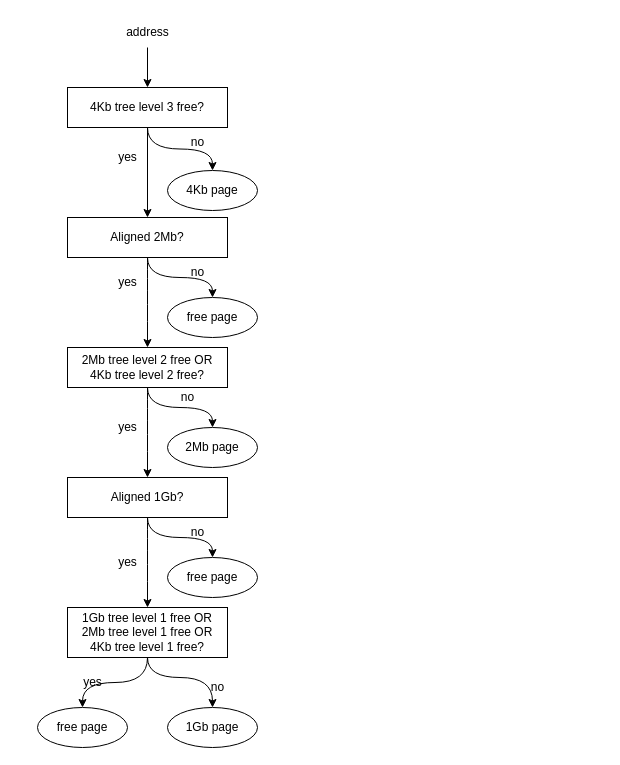
The draw.io diagram pres_30_11_2022/new_state.drawio in Walterieux/vmxvmm_report, before the edit. Source tidied: cells renumbered, new cells numbered last; positions are measured from the earlier drawing's top-left corner, leaving out a move shared by most shapes. Both pictures are drawn from the tidied source at 100%, with x=0, y=0 at pixel (37, 17).
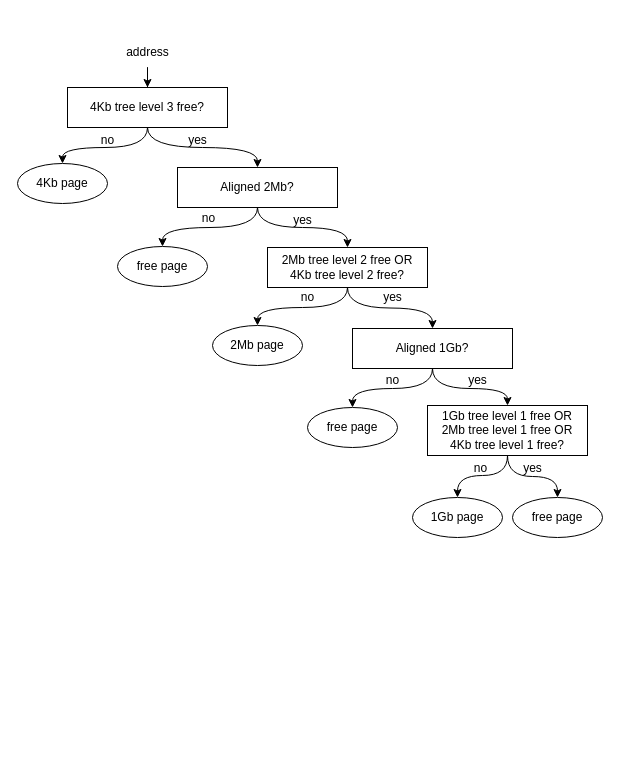
The same diagram, later.

Unchanged cells that the change refers to:
```xml
<mxCell id="33" value="4Kb tree level 3 free?" style="rounded=0;whiteSpace=wrap;html=1;" parent="1" vertex="1">
  <mxGeometry x="30" y="70" width="160" height="40" as="geometry" />
</mxCell>
```

Diff of the diagram source:
```diff
@@
-    <mxCell id="2" style="edgeStyle=orthogonalEdgeStyle;curved=1;rounded=0;jettySize=auto;html=1;entryX=0.5;entryY=0;entryDx=0;entryDy=0;" parent="1" edge="1" source="3" target="7">
+    <mxCell id="2" style="edgeStyle=orthogonalEdgeStyle;curved=1;rounded=0;jettySize=auto;html=1;" parent="1" edge="1" source="3" target="7">
       <mxGeometry relative="1" as="geometry" />
     </mxCell>
     <mxCell id="3" value="Aligned 2Mb?" style="rounded=0;whiteSpace=wrap;html=1;" parent="1" vertex="1">
-      <mxGeometry x="30" y="200" width="160" height="40" as="geometry" />
+      <mxGeometry x="140" y="150" width="160" height="40" as="geometry" />
     </mxCell>
@@
     <mxCell id="5" value="address" style="text;html=1;align=center;verticalAlign=middle;points=[];strokeColor=none;fillColor=none;" parent="1" vertex="1">
-      <mxGeometry x="75" width="70" height="30" as="geometry" />
+      <mxGeometry x="75" y="20" width="70" height="30" as="geometry" />
     </mxCell>
-    <mxCell id="6" value="no" style="text;html=1;align=center;verticalAlign=middle;strokeColor=none;fillColor=none;" parent="1" vertex="1">
-      <mxGeometry x="140" y="110" width="40" height="30" as="geometry" />
+    <mxCell id="6" value="yes" style="text;html=1;align=center;verticalAlign=middle;strokeColor=none;fillColor=none;" parent="1" vertex="1">
+      <mxGeometry x="140" y="108" width="40" height="30" as="geometry" />
     </mxCell>
     <mxCell id="7" value="free page" style="ellipse;whiteSpace=wrap;html=1;" parent="1" vertex="1">
-      <mxGeometry x="130" y="280" width="90" height="40" as="geometry" />
+      <mxGeometry x="80" y="229" width="90" height="40" as="geometry" />
     </mxCell>
     <mxCell id="8" value="4Kb page" style="ellipse;whiteSpace=wrap;html=1;" parent="1" vertex="1">
-      <mxGeometry x="130" y="153" width="90" height="40" as="geometry" />
+      <mxGeometry x="-20" y="146" width="90" height="40" as="geometry" />
     </mxCell>
-    <mxCell id="9" value="no" style="text;html=1;align=center;verticalAlign=middle;strokeColor=none;fillColor=none;" parent="1" vertex="1">
-      <mxGeometry x="140" y="240" width="40" height="30" as="geometry" />
+    <mxCell id="9" value="yes" style="text;html=1;align=center;verticalAlign=middle;strokeColor=none;fillColor=none;" parent="1" vertex="1">
+      <mxGeometry x="245" y="188" width="40" height="30" as="geometry" />
     </mxCell>
@@
-    <mxCell id="11" value="&lt;div&gt;yes&lt;/div&gt;" style="text;html=1;align=center;verticalAlign=middle;strokeColor=none;fillColor=none;" parent="1" vertex="1">
-      <mxGeometry x="70" y="250" width="40" height="30" as="geometry" />
+    <mxCell id="11" value="no" style="text;html=1;align=center;verticalAlign=middle;strokeColor=none;fillColor=none;" parent="1" vertex="1">
+      <mxGeometry x="151" y="186" width="40" height="30" as="geometry" />
     </mxCell>
@@
     <mxCell id="14" value="&lt;div&gt;2Mb tree level 2 free OR&lt;/div&gt;&lt;div&gt;4Kb tree level 2 free?&lt;/div&gt;" style="rounded=0;whiteSpace=wrap;html=1;" parent="1" vertex="1">
-      <mxGeometry x="30" y="330" width="160" height="40" as="geometry" />
+      <mxGeometry x="230" y="230" width="160" height="40" as="geometry" />
     </mxCell>
     <mxCell id="15" value="2Mb page" style="ellipse;whiteSpace=wrap;html=1;" parent="1" vertex="1">
-      <mxGeometry x="130" y="410" width="90" height="40" as="geometry" />
+      <mxGeometry x="175" y="308" width="90" height="40" as="geometry" />
     </mxCell>
     <mxCell id="16" value="no" style="text;html=1;align=center;verticalAlign=middle;strokeColor=none;fillColor=none;" parent="1" vertex="1">
-      <mxGeometry x="130" y="365" width="40" height="30" as="geometry" />
+      <mxGeometry x="250" y="265" width="40" height="30" as="geometry" />
     </mxCell>
@@
     <mxCell id="19" value="Aligned 1Gb?" style="rounded=0;whiteSpace=wrap;html=1;" parent="1" vertex="1">
-      <mxGeometry x="30" y="460" width="160" height="40" as="geometry" />
+      <mxGeometry x="315" y="311" width="160" height="40" as="geometry" />
     </mxCell>
     <mxCell id="20" value="yes" style="text;html=1;align=center;verticalAlign=middle;strokeColor=none;fillColor=none;" parent="1" vertex="1">
-      <mxGeometry x="70" y="395" width="40" height="30" as="geometry" />
+      <mxGeometry x="335" y="265" width="40" height="30" as="geometry" />
     </mxCell>
     <mxCell id="21" value="free page" style="ellipse;whiteSpace=wrap;html=1;" parent="1" vertex="1">
-      <mxGeometry x="130" y="540" width="90" height="40" as="geometry" />
+      <mxGeometry x="270" y="390" width="90" height="40" as="geometry" />
     </mxCell>
     <mxCell id="22" value="no" style="text;html=1;align=center;verticalAlign=middle;strokeColor=none;fillColor=none;" parent="1" vertex="1">
-      <mxGeometry x="140" y="500" width="40" height="30" as="geometry" />
+      <mxGeometry x="335" y="348" width="40" height="30" as="geometry" />
     </mxCell>
@@
     <mxCell id="24" style="edgeStyle=orthogonalEdgeStyle;curved=1;rounded=0;jettySize=auto;html=1;exitX=0.5;exitY=1;exitDx=0;exitDy=0;" parent="1" edge="1" source="25" target="28">
       <mxGeometry relative="1" as="geometry">
         <Array as="points">
-          <mxPoint x="110" y="660" />
-          <mxPoint x="175" y="660" />
+          <mxPoint x="470" y="458" />
+          <mxPoint x="420" y="458" />
         </Array>
       </mxGeometry>
     </mxCell>
     <mxCell id="25" value="&lt;div&gt;1Gb tree level 1 free OR&lt;/div&gt;&lt;div&gt;2Mb tree level 1 free OR&lt;/div&gt;&lt;div&gt;4Kb tree level 1 free?&lt;/div&gt;" style="rounded=0;whiteSpace=wrap;html=1;" parent="1" vertex="1">
-      <mxGeometry x="30" y="590" width="160" height="50" as="geometry" />
+      <mxGeometry x="390" y="388" width="160" height="50" as="geometry" />
     </mxCell>
     <mxCell id="26" value="yes" style="text;html=1;align=center;verticalAlign=middle;strokeColor=none;fillColor=none;" parent="1" vertex="1">
-      <mxGeometry x="70" y="530" width="40" height="30" as="geometry" />
+      <mxGeometry x="420" y="348" width="40" height="30" as="geometry" />
     </mxCell>
     <mxCell id="27" value="free page" style="ellipse;whiteSpace=wrap;html=1;" parent="1" vertex="1">
-      <mxGeometry y="690" width="90" height="40" as="geometry" />
+      <mxGeometry x="475" y="480" width="90" height="40" as="geometry" />
     </mxCell>
     <mxCell id="28" value="1Gb page" style="ellipse;whiteSpace=wrap;html=1;" parent="1" vertex="1">
-      <mxGeometry x="130" y="690" width="90" height="40" as="geometry" />
+      <mxGeometry x="375" y="480" width="90" height="40" as="geometry" />
     </mxCell>
     <mxCell id="29" value="no" style="text;html=1;align=center;verticalAlign=middle;strokeColor=none;fillColor=none;" parent="1" vertex="1">
-      <mxGeometry x="160" y="655" width="40" height="30" as="geometry" />
+      <mxGeometry x="423" y="436" width="40" height="30" as="geometry" />
     </mxCell>
     <mxCell id="30" value="yes" style="text;html=1;align=center;verticalAlign=middle;strokeColor=none;fillColor=none;" parent="1" vertex="1">
-      <mxGeometry x="35" y="650" width="40" height="30" as="geometry" />
+      <mxGeometry x="475" y="436" width="40" height="30" as="geometry" />
     </mxCell>
-    <mxCell id="31" style="edgeStyle=orthogonalEdgeStyle;rounded=0;jettySize=auto;html=1;" parent="1" edge="1" source="33" target="3">
+    <mxCell id="31" style="edgeStyle=orthogonalEdgeStyle;rounded=0;jettySize=auto;html=1;curved=1;" parent="1" edge="1" source="33" target="3">
       <mxGeometry relative="1" as="geometry" />
     </mxCell>
@@
-    <mxCell id="34" value="yes" style="text;html=1;align=center;verticalAlign=middle;strokeColor=none;fillColor=none;" parent="1" vertex="1">
-      <mxGeometry x="70" y="125" width="40" height="30" as="geometry" />
+    <mxCell id="34" value="no" style="text;html=1;align=center;verticalAlign=middle;strokeColor=none;fillColor=none;" parent="1" vertex="1">
+      <mxGeometry x="50" y="108" width="40" height="30" as="geometry" />
     </mxCell>
```
